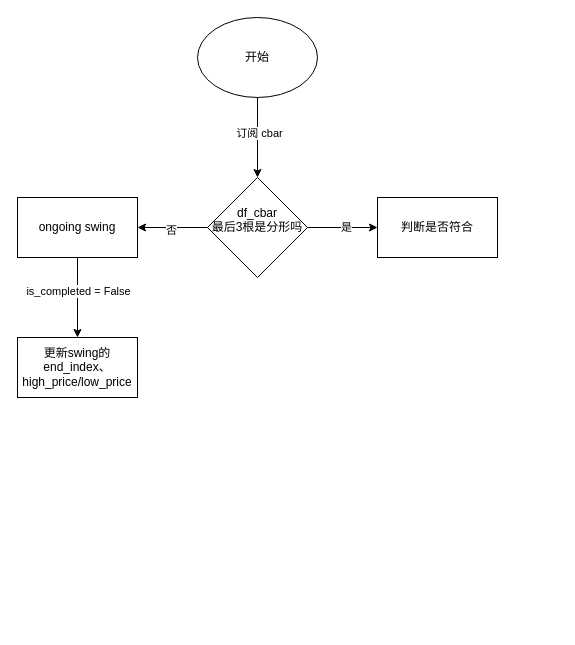
Earlier version of the draw.io diagram page "Swing" (4 of 9) of docs/followchart.drawio (ligl/pulao). Source tidied: cells renumbered, new cells numbered last; positions are measured from the earlier drawing's top-left corner, leaving out a move shared by most shapes. Both pictures are drawn from the tidied source at 100%, with x=0, y=0 at pixel (17, 17).
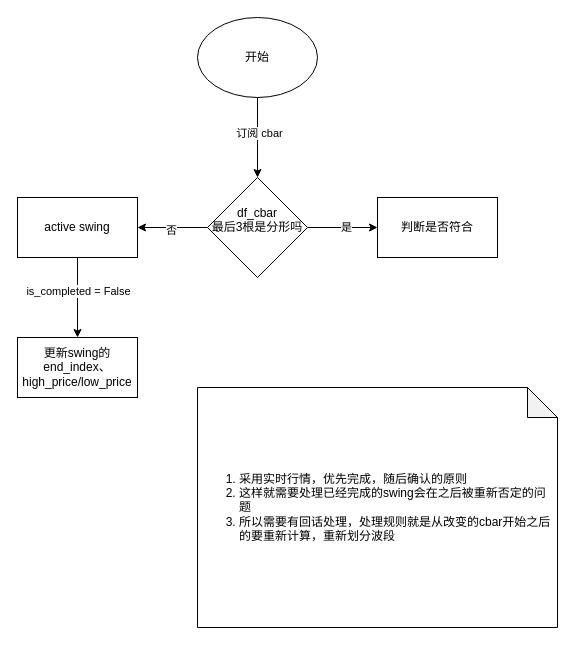
The same diagram, later.

The edit, as a diff of the source:
```diff
@@
 <mxGraphModel>
   <root>
     <mxCell id="0" />
     <mxCell id="1" parent="0" />
     <mxCell id="2" style="edgeStyle=orthogonalEdgeStyle;rounded=0;jettySize=auto;html=1;" parent="1" edge="1" source="4" target="9">
       <mxGeometry relative="1" as="geometry" />
     </mxCell>
     <mxCell id="3" value="订阅 cbar" style="edgeLabel;html=1;align=center;verticalAlign=middle;" parent="2" vertex="1">
       <mxGeometry x="-0.12" y="1" relative="1" as="geometry" />
     </mxCell>
     <mxCell id="4" value="开始" style="ellipse;whiteSpace=wrap;html=1;" parent="1" vertex="1">
       <mxGeometry x="180" width="120" height="80" as="geometry" />
     </mxCell>
     <mxCell id="5" style="edgeStyle=orthogonalEdgeStyle;rounded=0;jettySize=auto;html=1;" parent="1" edge="1" source="9" target="12">
       <mxGeometry relative="1" as="geometry" />
     </mxCell>
     <mxCell id="6" value="否" style="edgeLabel;html=1;align=center;verticalAlign=middle;" parent="5" vertex="1">
       <mxGeometry x="0.06" y="2" relative="1" as="geometry" />
     </mxCell>
     <mxCell id="7" style="edgeStyle=orthogonalEdgeStyle;rounded=0;jettySize=auto;html=1;" parent="1" edge="1" source="9" target="14">
       <mxGeometry relative="1" as="geometry" />
     </mxCell>
     <mxCell id="8" value="是" style="edgeLabel;html=1;align=center;verticalAlign=middle;" parent="7" vertex="1">
       <mxGeometry x="0.09" y="1" relative="1" as="geometry" />
     </mxCell>
     <mxCell id="9" value="df_cbar&lt;div&gt;最后3根是分形吗&lt;/div&gt;&lt;div&gt;&lt;br&gt;&lt;/div&gt;" style="rhombus;whiteSpace=wrap;html=1;" parent="1" vertex="1">
       <mxGeometry x="190" y="160" width="100" height="100" as="geometry" />
     </mxCell>
     <mxCell id="10" style="edgeStyle=orthogonalEdgeStyle;rounded=0;jettySize=auto;html=1;" parent="1" edge="1" source="12" target="13">
       <mxGeometry relative="1" as="geometry" />
     </mxCell>
     <mxCell id="11" value="is_completed = False" style="edgeLabel;html=1;align=center;verticalAlign=middle;" parent="10" vertex="1">
       <mxGeometry x="-0.17" relative="1" as="geometry" />
     </mxCell>
-    <mxCell id="12" value="ongoing swing" style="whiteSpace=wrap;html=1;" parent="1" vertex="1">
+    <mxCell id="12" value="active swing" style="whiteSpace=wrap;html=1;" parent="1" vertex="1">
       <mxGeometry y="180" width="120" height="60" as="geometry" />
     </mxCell>
     <mxCell id="13" value="更新swing的end_index、high_price/low_price" style="whiteSpace=wrap;html=1;" parent="1" vertex="1">
       <mxGeometry y="320" width="120" height="60" as="geometry" />
     </mxCell>
     <mxCell id="14" value="判断是否符合" style="whiteSpace=wrap;html=1;" parent="1" vertex="1">
       <mxGeometry x="360" y="180" width="120" height="60" as="geometry" />
     </mxCell>
+    <mxCell id="15" value="&lt;ol&gt;&lt;li&gt;采用实时行情，优先完成，随后确认的原则&lt;/li&gt;&lt;li&gt;这样就需要处理已经完成的swing会在之后被重新否定的问题&lt;/li&gt;&lt;li&gt;所以需要有回话处理，处理规则就是从改变的cbar开始之后的要重新计算，重新划分波段&lt;/li&gt;&lt;/ol&gt;" style="shape=note;whiteSpace=wrap;html=1;backgroundOutline=1;darkOpacity=0.05;align=left;" parent="1" vertex="1">
+      <mxGeometry x="180" y="370" width="360" height="240" as="geometry" />
+    </mxCell>
   </root>
 </mxGraphModel>
```
